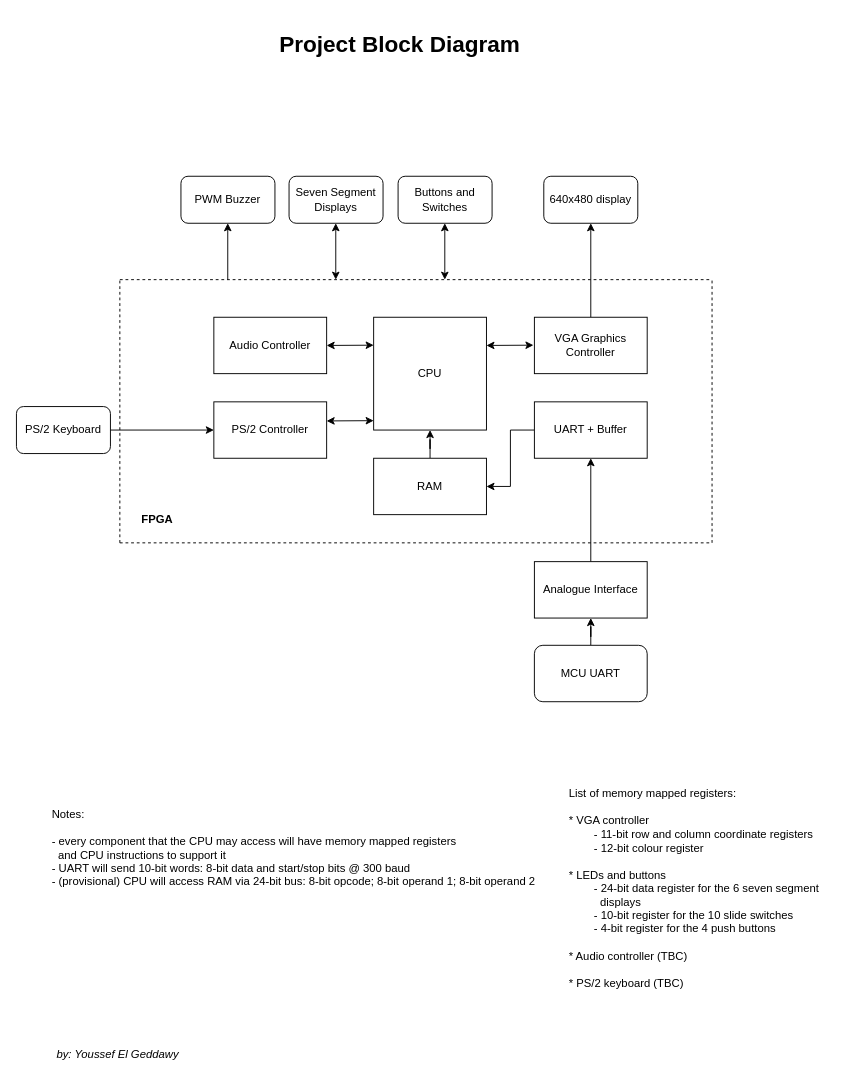
Before: Block Diagram.drawio in yismailsaadelgedawy/PROJ300, a draw.io diagram. Source tidied: cells renumbered, new cells numbered last; positions are measured from the earlier drawing's top-left corner, leaving out a move shared by most shapes. Both pictures are drawn from the tidied source at 94%, with x=0, y=0 at pixel (16, 25).
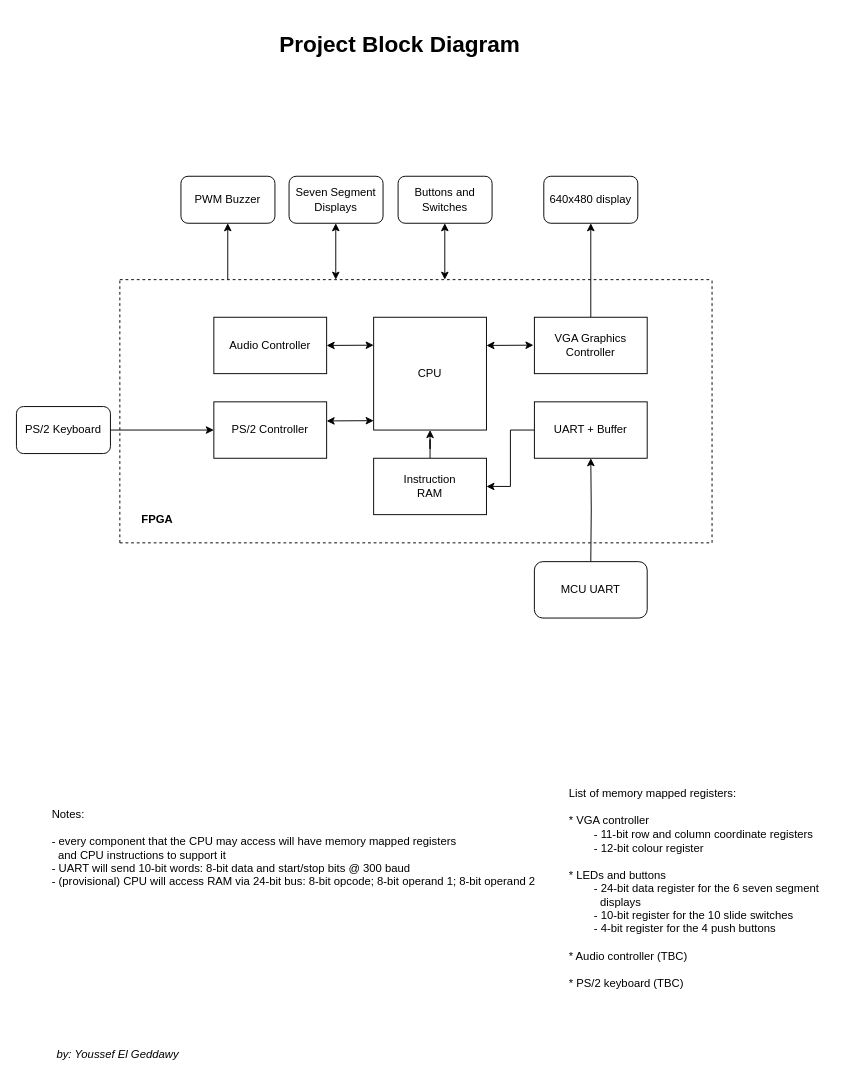
The same diagram, later.

Unchanged cells that the change refers to:
```xml
<mxCell id="15" value="UART + Buffer" style="whiteSpace=wrap;html=1;" parent="1" vertex="1">
  <mxGeometry x="551" y="400" width="120" height="60" as="geometry" />
</mxCell>
```

Diff of the diagram source:
```diff
@@
-    <mxCell id="12" value="RAM" style="rounded=0;whiteSpace=wrap;html=1;" parent="1" vertex="1">
+    <mxCell id="12" value="Instruction&lt;br&gt;RAM" style="rounded=0;whiteSpace=wrap;html=1;" parent="1" vertex="1">
       <mxGeometry x="380" y="460" width="120" height="60" as="geometry" />
     </mxCell>
@@
-    <mxCell id="16" style="edgeStyle=orthogonalEdgeStyle;rounded=0;jettySize=auto;html=1;" parent="1" edge="1" source="17" target="31">
-      <mxGeometry relative="1" as="geometry" />
-    </mxCell>
     <mxCell id="17" value="MCU UART" style="rounded=1;whiteSpace=wrap;html=1;" parent="1" vertex="1">
-      <mxGeometry x="551" y="659" width="120" height="60" as="geometry" />
+      <mxGeometry x="551" y="570" width="120" height="60" as="geometry" />
     </mxCell>
@@
-    <mxCell id="30" style="edgeStyle=orthogonalEdgeStyle;rounded=0;jettySize=auto;html=1;" parent="1" edge="1" source="31" target="15">
-      <mxGeometry relative="1" as="geometry" />
+    <mxCell id="30" style="edgeStyle=orthogonalEdgeStyle;rounded=0;jettySize=auto;html=1;" parent="1" edge="1" target="15">
+      <mxGeometry relative="1" as="geometry">
+        <mxPoint x="611" y="570" as="sourcePoint" />
+      </mxGeometry>
     </mxCell>
-    <mxCell id="31" value="Analogue Interface" style="rounded=0;whiteSpace=wrap;html=1;" parent="1" vertex="1">
-      <mxGeometry x="551" y="570" width="120" height="60" as="geometry" />
-    </mxCell>
```
